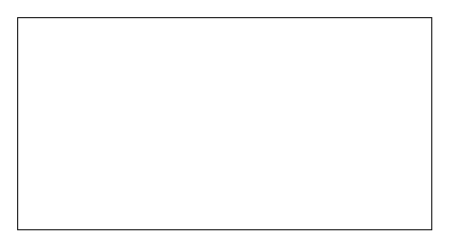
Above: 面经.drawio in limpid-11/drawio (draw.io), before the change. Source tidied: cells renumbered, new cells numbered last; positions are measured from the earlier drawing's top-left corner, leaving out a move shared by most shapes. Both pictures are drawn from the tidied source at 101%, with x=0, y=0 at pixel (17, 17).
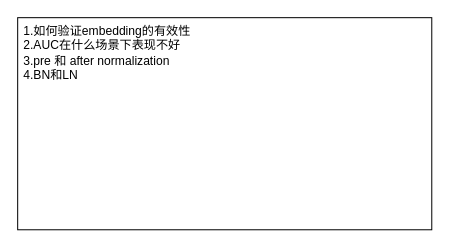
The same diagram, later.

What changed in the source:
```diff
@@
 <mxGraphModel>
   <root>
     <mxCell id="0" />
     <mxCell id="1" parent="0" />
-    <mxCell id="2" style="rounded=0;whiteSpace=wrap;html=1;align=left;verticalAlign=top;spacingLeft=4;" parent="1" vertex="1">
+    <mxCell id="2" value="1.如何验证embedding的有效性&lt;div&gt;2.AUC在什么场景下表现不好&lt;/div&gt;&lt;div&gt;3.pre 和 after normalization&lt;/div&gt;&lt;div&gt;4.BN和LN&lt;/div&gt;" style="rounded=0;whiteSpace=wrap;html=1;align=left;verticalAlign=top;spacingLeft=4;" parent="1" vertex="1">
       <mxGeometry width="410" height="210" as="geometry" />
     </mxCell>
   </root>
 </mxGraphModel>
```
